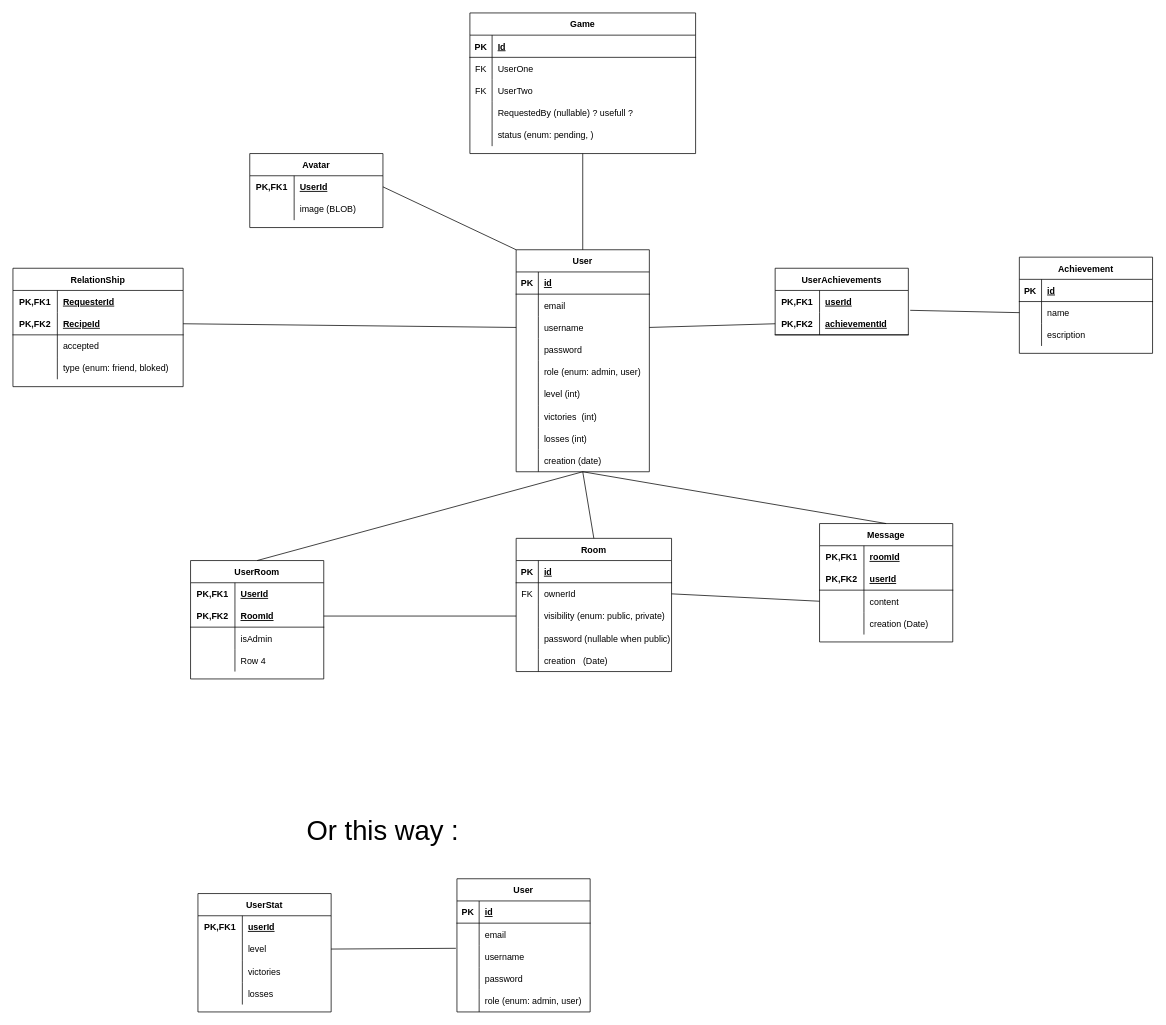
Before: reference/db-schema-tables.drawio in Working-From-Home/ft_transcendence, a draw.io diagram. Source tidied: cells renumbered, new cells numbered last; positions are measured from the earlier drawing's top-left corner, leaving out a move shared by most shapes. Both pictures are drawn from the tidied source at 74%, with x=0, y=0 at pixel (13, 13).
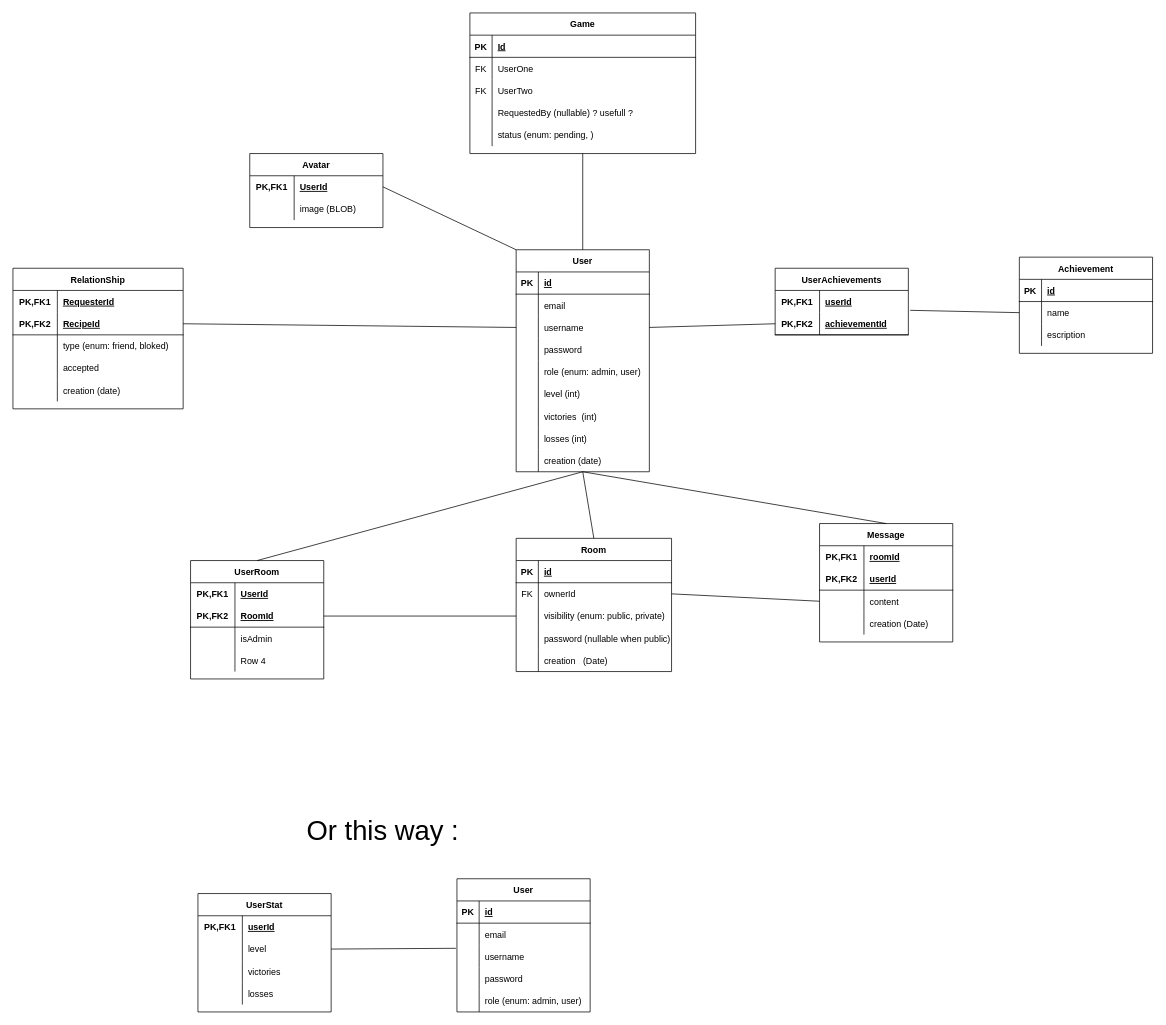
The same diagram, later.

Commit message (it also covers changes not shown here):
poc db schema

Change to the diagram source:
```diff
@@
     <mxCell id="49" value="RelationShip" style="shape=table;startSize=30;childLayout=tableLayout;rowLines=0;fontStyle=1;align=center;" parent="1" vertex="1">
-      <mxGeometry y="345" width="230" height="160" as="geometry" />
+      <mxGeometry y="345" width="230" height="190" as="geometry" />
     </mxCell>
@@
-    <mxCell id="56" style="shape=partialRectangle;fillColor=none;top=0;left=0;bottom=0;right=0;" parent="49" vertex="1">
-      <mxGeometry y="90" width="230" height="30" as="geometry" />
-    </mxCell>
-    <mxCell id="57" style="shape=partialRectangle;fillColor=none;top=0;left=0;bottom=0;right=0;overflow=hidden;" parent="56" vertex="1">
-      <mxGeometry width="60" height="30" as="geometry" />
-    </mxCell>
-    <mxCell id="58" value="accepted" style="shape=partialRectangle;fillColor=none;top=0;left=0;bottom=0;right=0;align=left;spacingLeft=6;overflow=hidden;" parent="56" vertex="1">
-      <mxGeometry x="60" width="170" height="30" as="geometry" />
-    </mxCell>
     <mxCell id="59" style="shape=partialRectangle;fillColor=none;top=0;left=0;bottom=0;right=0;" parent="49" vertex="1">
-      <mxGeometry y="120" width="230" height="30" as="geometry" />
+      <mxGeometry y="90" width="230" height="30" as="geometry" />
     </mxCell>
@@
+    <mxCell id="166" style="shape=partialRectangle;fillColor=none;top=0;left=0;bottom=0;right=0;" parent="49" vertex="1">
+      <mxGeometry y="120" width="230" height="30" as="geometry" />
+    </mxCell>
+    <mxCell id="167" style="shape=partialRectangle;fillColor=none;top=0;left=0;bottom=0;right=0;overflow=hidden;" parent="166" vertex="1">
+      <mxGeometry width="60" height="30" as="geometry" />
+    </mxCell>
+    <mxCell id="58" value="accepted" style="shape=partialRectangle;fillColor=none;top=0;left=0;bottom=0;right=0;align=left;spacingLeft=6;overflow=hidden;" parent="166" vertex="1">
+      <mxGeometry x="60" width="170" height="30" as="geometry" />
+    </mxCell>
+    <mxCell id="168" style="shape=partialRectangle;fillColor=none;top=0;left=0;bottom=0;right=0;" parent="49" vertex="1">
+      <mxGeometry y="150" width="230" height="30" as="geometry" />
+    </mxCell>
+    <mxCell id="169" style="shape=partialRectangle;fillColor=none;top=0;left=0;bottom=0;right=0;overflow=hidden;" parent="168" vertex="1">
+      <mxGeometry width="60" height="30" as="geometry" />
+    </mxCell>
+    <mxCell id="170" value="creation (date)" style="shape=partialRectangle;fillColor=none;top=0;left=0;bottom=0;right=0;align=left;spacingLeft=6;overflow=hidden;" parent="168" vertex="1">
+      <mxGeometry x="60" width="170" height="30" as="geometry" />
+    </mxCell>
```
